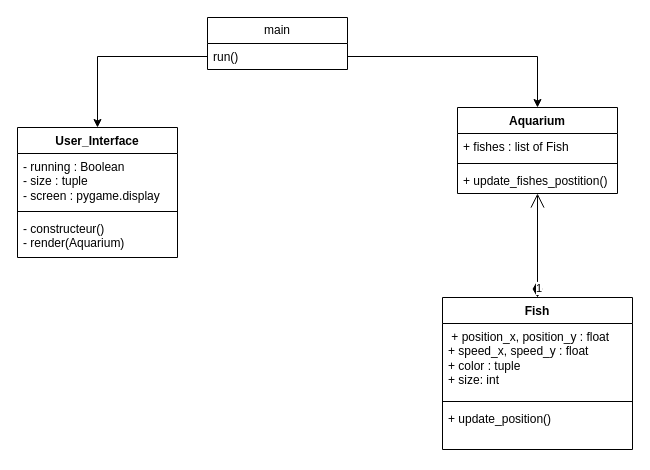
Earlier version of the draw.io diagram documentation/class_Diagram.drawio (MartinTHIBAUD29/aquarium). Source tidied: cells renumbered, new cells numbered last; positions are measured from the earlier drawing's top-left corner, leaving out a move shared by most shapes. Both pictures are drawn from the tidied source at 100%, with x=0, y=0 at pixel (17, 17).
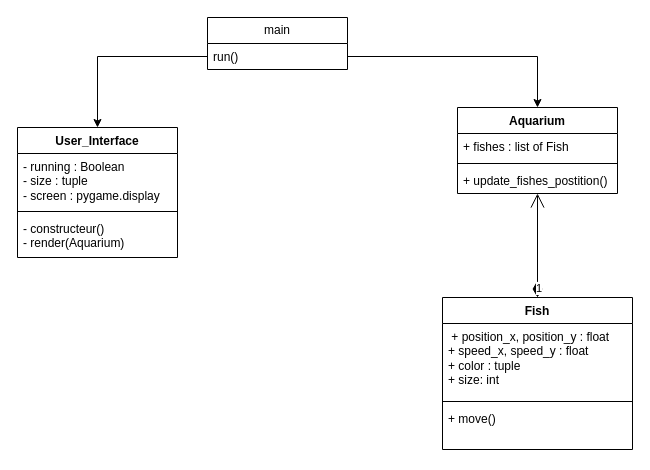
After the change.

The edit, as a diff of the source:
```diff
@@
 <mxGraphModel>
   <root>
     <mxCell id="0" />
     <mxCell id="1" parent="0" />
     <mxCell id="2" style="edgeStyle=orthogonalEdgeStyle;rounded=0;jettySize=auto;html=1;entryX=0.5;entryY=0;entryDx=0;entryDy=0;exitX=1;exitY=0.5;exitDx=0;exitDy=0;" parent="1" edge="1" source="4" target="10">
       <mxGeometry relative="1" as="geometry" />
     </mxCell>
     <mxCell id="3" value="main" style="swimlane;fontStyle=0;horizontal=1;startSize=26;fillColor=none;whiteSpace=wrap;html=1;" parent="1" vertex="1">
       <mxGeometry x="190" width="140" height="52" as="geometry" />
     </mxCell>
     <mxCell id="4" value="run()&lt;div&gt;&lt;br&gt;&lt;/div&gt;" style="text;strokeColor=none;fillColor=none;align=left;verticalAlign=top;spacingLeft=4;spacingRight=4;overflow=hidden;points=[[0,0.5],[1,0.5]];portConstraint=eastwest;whiteSpace=wrap;html=1;" parent="3" vertex="1">
       <mxGeometry y="26" width="140" height="26" as="geometry" />
     </mxCell>
     <mxCell id="5" value="User_Interface" style="swimlane;fontStyle=1;align=center;verticalAlign=top;horizontal=1;startSize=26;whiteSpace=wrap;html=1;" parent="1" vertex="1">
       <mxGeometry y="110" width="160" height="130" as="geometry" />
     </mxCell>
     <mxCell id="6" value="- running : Boolean&lt;div&gt;- size : tuple&lt;/div&gt;&lt;div&gt;- screen : pygame.display&lt;/div&gt;" style="text;strokeColor=none;fillColor=none;align=left;verticalAlign=top;spacingLeft=4;spacingRight=4;overflow=hidden;whiteSpace=wrap;html=1;" parent="5" vertex="1">
       <mxGeometry y="26" width="160" height="54" as="geometry" />
     </mxCell>
     <mxCell id="7" style="line;strokeWidth=1;fillColor=none;align=left;verticalAlign=middle;spacingTop=-1;spacingLeft=3;spacingRight=3;labelPosition=right;strokeColor=inherit;" parent="5" vertex="1">
       <mxGeometry y="80" width="160" height="8" as="geometry" />
     </mxCell>
     <mxCell id="8" value="&lt;div&gt;- constructeur()&lt;/div&gt;- render(Aquarium)" style="text;strokeColor=none;fillColor=none;align=left;verticalAlign=top;spacingLeft=4;spacingRight=4;overflow=hidden;whiteSpace=wrap;html=1;" parent="5" vertex="1">
       <mxGeometry y="88" width="160" height="42" as="geometry" />
     </mxCell>
     <mxCell id="9" style="edgeStyle=orthogonalEdgeStyle;rounded=0;jettySize=auto;html=1;entryX=0.5;entryY=0;entryDx=0;entryDy=0;" parent="1" edge="1" source="4" target="5">
       <mxGeometry relative="1" as="geometry" />
     </mxCell>
     <mxCell id="10" value="Aquarium" style="swimlane;fontStyle=1;align=center;verticalAlign=top;horizontal=1;startSize=26;whiteSpace=wrap;html=1;" parent="1" vertex="1">
       <mxGeometry x="440" y="90" width="160" height="86" as="geometry" />
     </mxCell>
     <mxCell id="11" value="+ fishes : list of Fish" style="text;strokeColor=none;fillColor=none;align=left;verticalAlign=top;spacingLeft=4;spacingRight=4;overflow=hidden;whiteSpace=wrap;html=1;" parent="10" vertex="1">
       <mxGeometry y="26" width="160" height="26" as="geometry" />
     </mxCell>
     <mxCell id="12" style="line;strokeWidth=1;fillColor=none;align=left;verticalAlign=middle;spacingTop=-1;spacingLeft=3;spacingRight=3;labelPosition=right;strokeColor=inherit;" parent="10" vertex="1">
       <mxGeometry y="52" width="160" height="8" as="geometry" />
     </mxCell>
     <mxCell id="13" value="+ update_fishes_postition()" style="text;strokeColor=none;fillColor=none;align=left;verticalAlign=top;spacingLeft=4;spacingRight=4;overflow=hidden;whiteSpace=wrap;html=1;" parent="10" vertex="1">
       <mxGeometry y="60" width="160" height="26" as="geometry" />
     </mxCell>
     <mxCell id="14" value="Fish" style="swimlane;fontStyle=1;align=center;verticalAlign=top;horizontal=1;startSize=26;whiteSpace=wrap;html=1;" parent="1" vertex="1">
       <mxGeometry x="425" y="280" width="190" height="152" as="geometry" />
     </mxCell>
     <mxCell id="15" value="&amp;nbsp;+ position_x, position_y : float&lt;div&gt;+ speed_x, speed_y : float&lt;/div&gt;&lt;div&gt;+ color : tuple&lt;/div&gt;&lt;div&gt;+ size: int&lt;/div&gt;&lt;div&gt;&lt;br&gt;&lt;/div&gt;" style="text;strokeColor=none;fillColor=none;align=left;verticalAlign=top;spacingLeft=4;spacingRight=4;overflow=hidden;whiteSpace=wrap;html=1;" parent="14" vertex="1">
       <mxGeometry y="26" width="190" height="74" as="geometry" />
     </mxCell>
     <mxCell id="16" style="line;strokeWidth=1;fillColor=none;align=left;verticalAlign=middle;spacingTop=-1;spacingLeft=3;spacingRight=3;labelPosition=right;strokeColor=inherit;" parent="14" vertex="1">
       <mxGeometry y="100" width="190" height="8" as="geometry" />
     </mxCell>
-    <mxCell id="17" value="+ update_position()" style="text;strokeColor=none;fillColor=none;align=left;verticalAlign=top;spacingLeft=4;spacingRight=4;overflow=hidden;whiteSpace=wrap;html=1;" parent="14" vertex="1">
+    <mxCell id="17" value="+ move()" style="text;strokeColor=none;fillColor=none;align=left;verticalAlign=top;spacingLeft=4;spacingRight=4;overflow=hidden;whiteSpace=wrap;html=1;" parent="14" vertex="1">
       <mxGeometry y="108" width="190" height="44" as="geometry" />
     </mxCell>
     <mxCell id="18" value="1" style="endArrow=open;html=1;endSize=12;startArrow=diamondThin;startSize=14;startFill=1;edgeStyle=orthogonalEdgeStyle;align=left;verticalAlign=bottom;rounded=0;exitX=0.5;exitY=0;exitDx=0;exitDy=0;" parent="1" edge="1" source="14" target="10">
       <mxGeometry x="-1" y="3" relative="1" as="geometry" />
     </mxCell>
   </root>
 </mxGraphModel>
```
